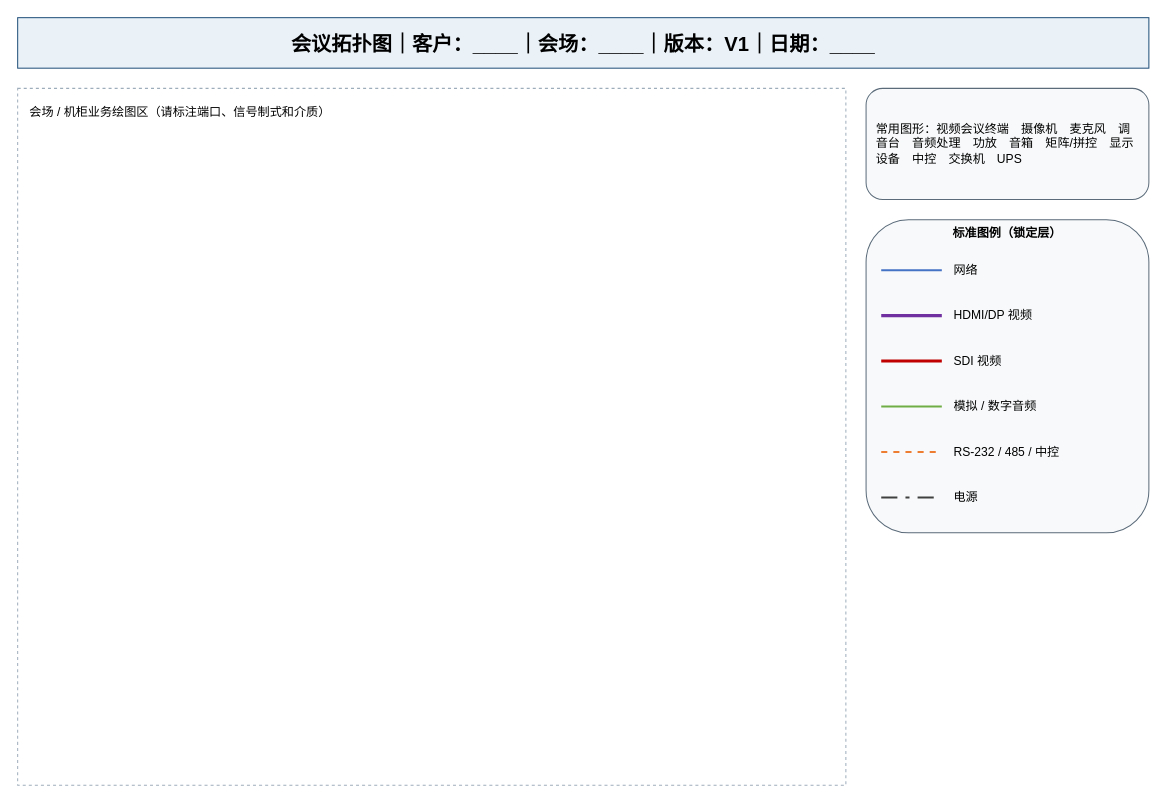
This is static/templates/standard-meeting-v1.drawio from fishensl/itsm-system, a draw.io file, before an edit. Source tidied: cells renumbered, new cells numbered last; positions are measured from the earlier drawing's top-left corner, leaving out a move shared by most shapes. Both pictures are drawn from the tidied source at 101%, with x=0, y=0 at pixel (17, 17).
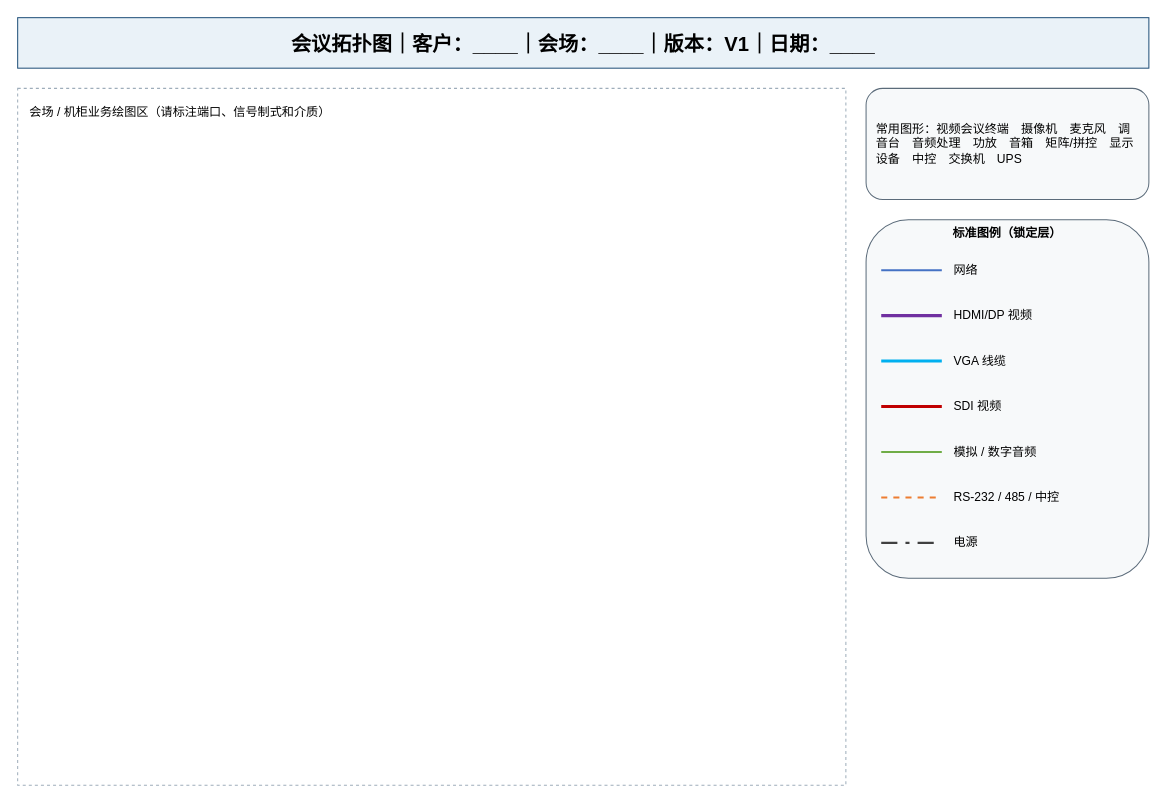
The same diagram, later.

Commit message (it also covers changes not shown here):
feat: refine topology standard legends

Diff of the diagram source:
```diff
@@
     <mxCell id="6" value="标准图例（锁定层）" style="rounded=1;whiteSpace=wrap;html=1;verticalAlign=top;fontStyle=1;fillColor=#F7F9FA;strokeColor=#5B6B7A;" parent="2" vertex="1">
-      <mxGeometry x="840" y="200" width="280" height="310" as="geometry" />
+      <mxGeometry x="840" y="200" width="280" height="355" as="geometry" />
     </mxCell>
@@
+    <mxCell id="19" style="endArrow=none;strokeColor=#00B0F0;strokeWidth=3;" parent="2" edge="1">
+      <mxGeometry relative="1" as="geometry">
+        <mxPoint x="855" y="340" as="sourcePoint" />
+        <mxPoint x="915" y="340" as="targetPoint" />
+      </mxGeometry>
+    </mxCell>
+    <mxCell id="20" value="VGA 线缆" style="rounded=0;whiteSpace=wrap;html=1;align=left;strokeColor=none;fillColor=none;" parent="2" vertex="1">
+      <mxGeometry x="925" y="325" width="170" height="30" as="geometry" />
+    </mxCell>
     <mxCell id="11" style="endArrow=none;strokeColor=#C00000;strokeWidth=3;" parent="2" edge="1">
       <mxGeometry relative="1" as="geometry">
-        <mxPoint x="855" y="340" as="sourcePoint" />
-        <mxPoint x="915" y="340" as="targetPoint" />
+        <mxPoint x="855" y="385" as="sourcePoint" />
+        <mxPoint x="915" y="385" as="targetPoint" />
       </mxGeometry>
     </mxCell>
     <mxCell id="12" value="SDI 视频" style="rounded=0;whiteSpace=wrap;html=1;align=left;strokeColor=none;fillColor=none;" parent="2" vertex="1">
-      <mxGeometry x="925" y="325" width="170" height="30" as="geometry" />
+      <mxGeometry x="925" y="370" width="170" height="30" as="geometry" />
     </mxCell>
     <mxCell id="13" style="endArrow=none;strokeColor=#70AD47;strokeWidth=2;" parent="2" edge="1">
       <mxGeometry relative="1" as="geometry">
-        <mxPoint x="855" y="385" as="sourcePoint" />
-        <mxPoint x="915" y="385" as="targetPoint" />
+        <mxPoint x="855" y="430" as="sourcePoint" />
+        <mxPoint x="915" y="430" as="targetPoint" />
       </mxGeometry>
     </mxCell>
     <mxCell id="14" value="模拟 / 数字音频" style="rounded=0;whiteSpace=wrap;html=1;align=left;strokeColor=none;fillColor=none;" parent="2" vertex="1">
-      <mxGeometry x="925" y="370" width="170" height="30" as="geometry" />
+      <mxGeometry x="925" y="415" width="170" height="30" as="geometry" />
     </mxCell>
     <mxCell id="15" style="endArrow=none;strokeColor=#ED7D31;strokeWidth=2;dashed=1;" parent="2" edge="1">
       <mxGeometry relative="1" as="geometry">
-        <mxPoint x="855" y="430" as="sourcePoint" />
-        <mxPoint x="915" y="430" as="targetPoint" />
+        <mxPoint x="855" y="475" as="sourcePoint" />
+        <mxPoint x="915" y="475" as="targetPoint" />
       </mxGeometry>
     </mxCell>
     <mxCell id="16" value="RS-232 / 485 / 中控" style="rounded=0;whiteSpace=wrap;html=1;align=left;strokeColor=none;fillColor=none;" parent="2" vertex="1">
-      <mxGeometry x="925" y="415" width="170" height="30" as="geometry" />
+      <mxGeometry x="925" y="460" width="170" height="30" as="geometry" />
     </mxCell>
     <mxCell id="17" style="endArrow=none;strokeColor=#404040;strokeWidth=2;dashed=1;dashPattern=8 4 2 4;" parent="2" edge="1">
       <mxGeometry relative="1" as="geometry">
-        <mxPoint x="855" y="475" as="sourcePoint" />
-        <mxPoint x="915" y="475" as="targetPoint" />
+        <mxPoint x="855" y="520" as="sourcePoint" />
+        <mxPoint x="915" y="520" as="targetPoint" />
       </mxGeometry>
     </mxCell>
     <mxCell id="18" value="电源" style="rounded=0;whiteSpace=wrap;html=1;align=left;strokeColor=none;fillColor=none;" parent="2" vertex="1">
-      <mxGeometry x="925" y="460" width="170" height="30" as="geometry" />
+      <mxGeometry x="925" y="505" width="170" height="30" as="geometry" />
     </mxCell>
```
